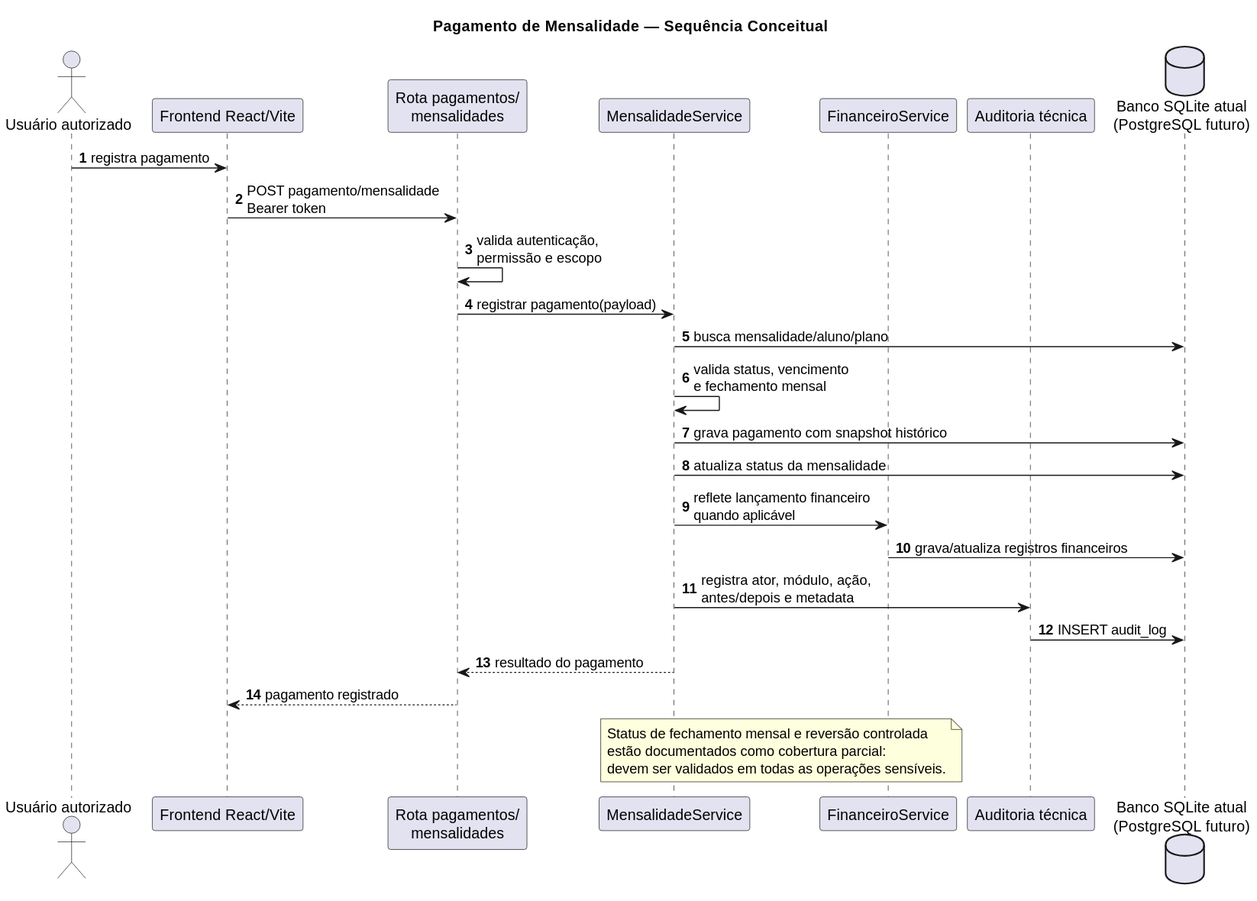
Above: docs/uml/svg/sources/03-sequencia-pagamento.svg in pxdroarth/gym-system (PlantUML), before the change. Source of this version:
```plantuml
@startuml
title Pagamento de Mensalidade — Sequência Conceitual
autonumber
skinparam shadowing false

actor "Usuário autorizado" as User
participant "Frontend React/Vite" as Frontend
participant "Rota pagamentos/\nmensalidades" as Route
participant "MensalidadeService" as Mensalidade
participant "FinanceiroService" as Financeiro
participant "Auditoria técnica" as Audit
database "Banco SQLite atual\n(PostgreSQL futuro)" as DB

User -> Frontend : registra pagamento
Frontend -> Route : POST pagamento/mensalidade\nBearer token
Route -> Route : valida autenticação,\npermissão e escopo
Route -> Mensalidade : registrar pagamento(payload)
Mensalidade -> DB : busca mensalidade/aluno/plano
Mensalidade -> Mensalidade : valida status, vencimento\ne fechamento mensal
Mensalidade -> DB : grava pagamento com snapshot histórico
Mensalidade -> DB : atualiza status da mensalidade
Mensalidade -> Financeiro : reflete lançamento financeiro\nquando aplicável
Financeiro -> DB : grava/atualiza registros financeiros
Mensalidade -> Audit : registra ator, módulo, ação,\nantes/depois e metadata
Audit -> DB : INSERT audit_log
Mensalidade --> Route : resultado do pagamento
Route --> Frontend : pagamento registrado

note over Mensalidade,Financeiro
Status de fechamento mensal e reversão controlada
estão documentados como cobertura parcial:
devem ser validados em todas as operações sensíveis.
end note
@enduml
```
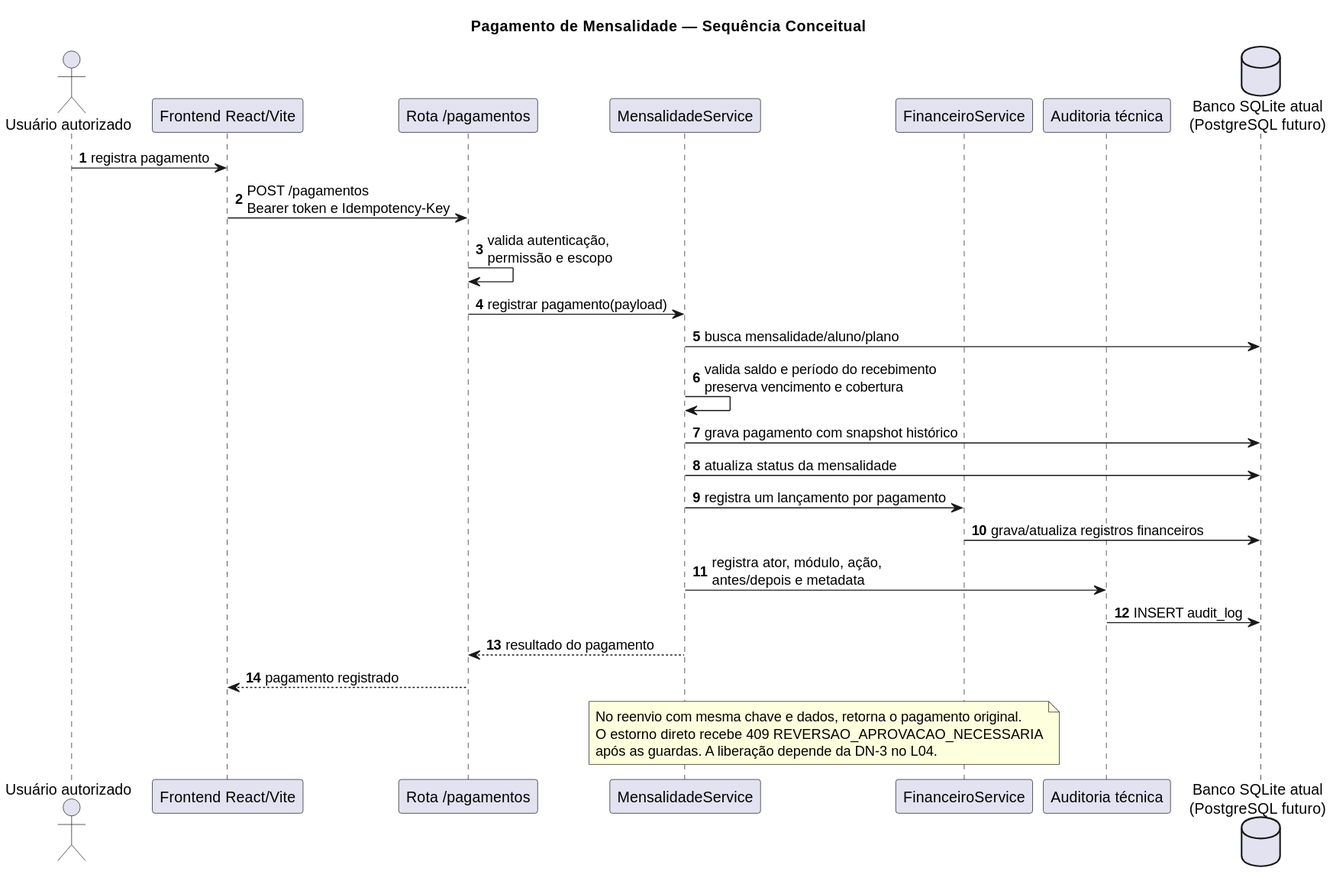
The same diagram one commit later.

Change to the diagram source:
```diff
@@ -5,21 +5,21 @@
 
 actor "Usuário autorizado" as User
 participant "Frontend React/Vite" as Frontend
-participant "Rota pagamentos/\nmensalidades" as Route
+participant "Rota /pagamentos" as Route
 participant "MensalidadeService" as Mensalidade
 participant "FinanceiroService" as Financeiro
 participant "Auditoria técnica" as Audit
 database "Banco SQLite atual\n(PostgreSQL futuro)" as DB
 
 User -> Frontend : registra pagamento
-Frontend -> Route : POST pagamento/mensalidade\nBearer token
+Frontend -> Route : POST /pagamentos\nBearer token e Idempotency-Key
 Route -> Route : valida autenticação,\npermissão e escopo
 Route -> Mensalidade : registrar pagamento(payload)
 Mensalidade -> DB : busca mensalidade/aluno/plano
-Mensalidade -> Mensalidade : valida status, vencimento\ne fechamento mensal
+Mensalidade -> Mensalidade : valida saldo e período do recebimento\npreserva vencimento e cobertura
 Mensalidade -> DB : grava pagamento com snapshot histórico
 Mensalidade -> DB : atualiza status da mensalidade
-Mensalidade -> Financeiro : reflete lançamento financeiro\nquando aplicável
+Mensalidade -> Financeiro : registra um lançamento por pagamento
 Financeiro -> DB : grava/atualiza registros financeiros
 Mensalidade -> Audit : registra ator, módulo, ação,\nantes/depois e metadata
 Audit -> DB : INSERT audit_log
@@ -27,8 +27,8 @@
 Route --> Frontend : pagamento registrado
 
 note over Mensalidade,Financeiro
-Status de fechamento mensal e reversão controlada
-estão documentados como cobertura parcial:
-devem ser validados em todas as operações sensíveis.
+No reenvio com mesma chave e dados, retorna o pagamento original.
+O estorno direto recebe 409 REVERSAO_APROVACAO_NECESSARIA
+após as guardas. A liberação depende da DN-3 no L04.
 end note
 @enduml
```
